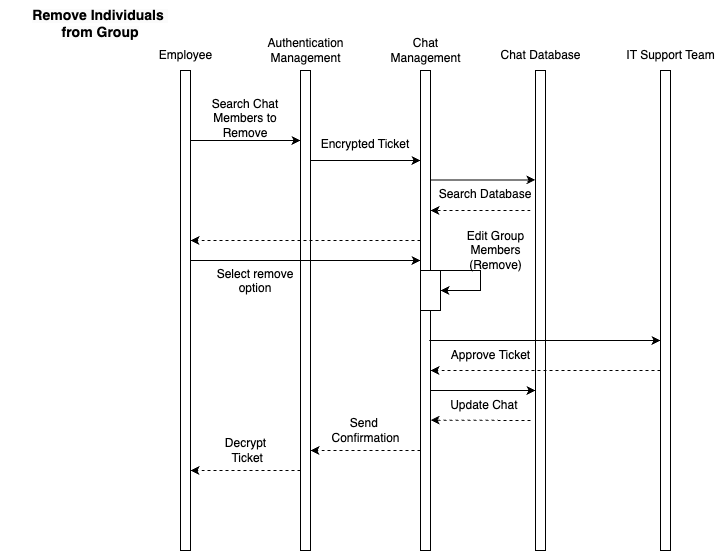
This is D3/SequenceDiagrams/BE8.png from SumanyaG/3A04, a draw.io export, as it was before one commit. Source tidied: cells renumbered, new cells last; positions are measured from the earlier drawing's top-left corner, leaving out a move shared by most shapes.
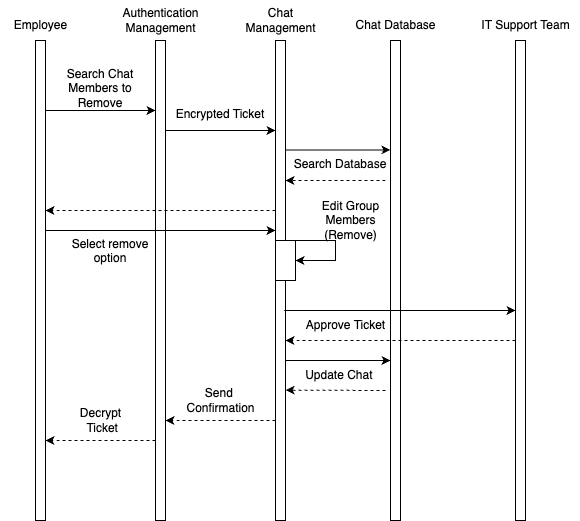
Later version of the same file.

Change to the diagram source:
```diff
@@ -139,8 +139,5 @@
         <mxPoint x="190" y="470" as="targetPoint" />
       </mxGeometry>
     </mxCell>
-    <mxCell id="35" value="&lt;b style=&quot;color: rgb(0, 0, 0); font-family: Helvetica; font-size: 12px; font-style: normal; font-variant-ligatures: normal; font-variant-caps: normal; letter-spacing: normal; orphans: 2; text-indent: 0px; text-transform: none; widows: 2; word-spacing: 0px; -webkit-text-stroke-width: 0px; white-space: nowrap; background-color: rgb(251, 251, 251); text-decoration-thickness: initial; text-decoration-style: initial; text-decoration-color: initial;&quot;&gt;&lt;font style=&quot;font-size: 14px;&quot;&gt;Remove Individuals&amp;nbsp;&lt;/font&gt;&lt;/b&gt;&lt;div&gt;&lt;b style=&quot;color: rgb(0, 0, 0); font-family: Helvetica; font-size: 12px; font-style: normal; font-variant-ligatures: normal; font-variant-caps: normal; letter-spacing: normal; orphans: 2; text-indent: 0px; text-transform: none; widows: 2; word-spacing: 0px; -webkit-text-stroke-width: 0px; white-space: nowrap; background-color: rgb(251, 251, 251); text-decoration-thickness: initial; text-decoration-style: initial; text-decoration-color: initial;&quot;&gt;&lt;font style=&quot;font-size: 14px;&quot;&gt;from Group&lt;/font&gt;&lt;/b&gt;&lt;/div&gt;" style="text;whiteSpace=wrap;html=1;align=center;" parent="1" vertex="1">
-      <mxGeometry width="200" height="40" as="geometry" />
-    </mxCell>
   </root>
 </mxGraphModel>
```
